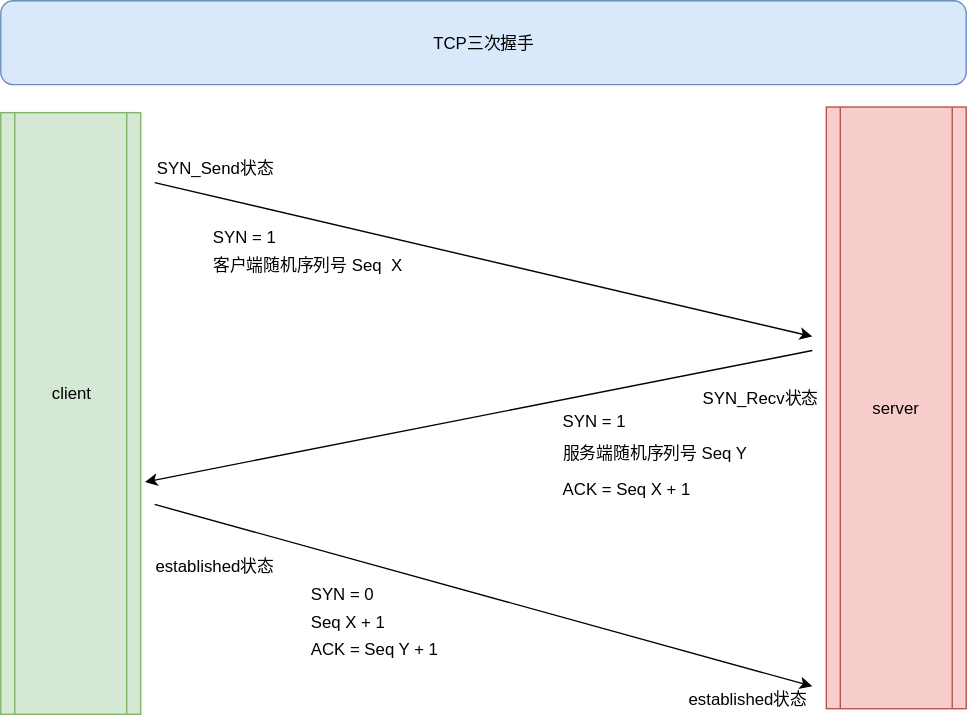
Earlier version of the draw.io export 12-面试/00-计算机基础/images/三次握手详解.svg (cd-home/Root). Source tidied: cells renumbered, new cells last; positions are measured from the earlier drawing's top-left corner, leaving out a move shared by most shapes. Its diagram source:
```xml
<mxGraphModel>
  <root>
    <mxCell id="0" />
    <mxCell id="1" parent="0" />
    <mxCell id="2" style="shape=process;whiteSpace=wrap;html=1;backgroundOutline=1;fillColor=#d5e8d4;strokeColor=#82b366;" parent="1" vertex="1">
      <mxGeometry y="80" width="100" height="430" as="geometry" />
    </mxCell>
    <mxCell id="3" value="server" style="shape=process;whiteSpace=wrap;html=1;backgroundOutline=1;fillColor=#f8cecc;strokeColor=#b85450;" parent="1" vertex="1">
      <mxGeometry x="590" y="76" width="100" height="430" as="geometry" />
    </mxCell>
    <mxCell id="4" value="TCP三次握手" style="rounded=1;whiteSpace=wrap;html=1;fillColor=#dae8fc;strokeColor=#6c8ebf;" parent="1" vertex="1">
      <mxGeometry width="690" height="60" as="geometry" />
    </mxCell>
    <mxCell id="5" style="endArrow=classic;html=1;" parent="1" edge="1">
      <mxGeometry relative="1" as="geometry">
        <mxPoint x="110" y="130" as="sourcePoint" />
        <mxPoint x="580" y="240" as="targetPoint" />
      </mxGeometry>
    </mxCell>
    <mxCell id="6" style="endArrow=classic;html=1;entryX=1.03;entryY=0.614;entryDx=0;entryDy=0;entryPerimeter=0;" parent="1" edge="1" target="2">
      <mxGeometry relative="1" as="geometry">
        <mxPoint x="580" y="250" as="sourcePoint" />
      </mxGeometry>
    </mxCell>
    <mxCell id="7" value="client" style="text;html=1;strokeColor=none;fillColor=none;align=center;verticalAlign=middle;whiteSpace=wrap;rounded=0;" parent="1" vertex="1">
      <mxGeometry x="5" y="270" width="90" height="20" as="geometry" />
    </mxCell>
    <mxCell id="8" style="endArrow=classic;html=1;" parent="1" edge="1">
      <mxGeometry relative="1" as="geometry">
        <mxPoint x="110" y="360" as="sourcePoint" />
        <mxPoint x="580" y="490" as="targetPoint" />
      </mxGeometry>
    </mxCell>
    <mxCell id="9" value="SYN = 1" style="text;html=1;align=left;verticalAlign=top;spacingTop=-4;" parent="1" vertex="1">
      <mxGeometry x="150" y="160" width="60" height="20" as="geometry" />
    </mxCell>
    <mxCell id="10" value="SYN_Send状态" style="text;html=1;align=left;verticalAlign=top;spacingTop=-4;" parent="1" vertex="1">
      <mxGeometry x="110" y="110" width="100" height="20" as="geometry" />
    </mxCell>
    <mxCell id="11" value="ACK = Seq X + 1&amp;nbsp;" style="text;html=1;align=left;verticalAlign=top;spacingTop=-4;" parent="1" vertex="1">
      <mxGeometry x="400" y="340" width="110" height="20" as="geometry" />
    </mxCell>
    <mxCell id="12" value="SYN = 1" style="text;html=1;align=left;verticalAlign=top;spacingTop=-4;" parent="1" vertex="1">
      <mxGeometry x="400" y="291" width="60" height="20" as="geometry" />
    </mxCell>
    <mxCell id="13" value="SYN_Recv状态&lt;br&gt;" style="text;html=1;align=left;verticalAlign=top;spacingTop=-4;" parent="1" vertex="1">
      <mxGeometry x="500" y="275" width="100" height="20" as="geometry" />
    </mxCell>
    <mxCell id="14" value="SYN = 0" style="text;html=1;align=left;verticalAlign=top;spacingTop=-4;" parent="1" vertex="1">
      <mxGeometry x="220" y="415" width="60" height="20" as="geometry" />
    </mxCell>
    <mxCell id="15" value="established状态" style="text;html=1;align=left;verticalAlign=top;spacingTop=-4;" parent="1" vertex="1">
      <mxGeometry x="109" y="395" width="100" height="20" as="geometry" />
    </mxCell>
    <mxCell id="16" value="established状态" style="text;html=1;align=left;verticalAlign=top;spacingTop=-4;" parent="1" vertex="1">
      <mxGeometry x="490" y="490" width="100" height="20" as="geometry" />
    </mxCell>
    <mxCell id="17" value="客户端随机序列号&amp;nbsp;Seq&amp;nbsp; X" style="text;html=1;align=left;verticalAlign=top;spacingTop=-4;" parent="1" vertex="1">
      <mxGeometry x="150" y="180" width="150" height="20" as="geometry" />
    </mxCell>
    <mxCell id="18" value="ACK = Seq Y + 1&amp;nbsp;" style="text;html=1;" parent="1" vertex="1">
      <mxGeometry x="220" y="450" width="140" height="30" as="geometry" />
    </mxCell>
    <mxCell id="19" value="服务端随机序列号 Seq Y" style="text;html=1;" parent="1" vertex="1">
      <mxGeometry x="400" y="310" width="70" height="30" as="geometry" />
    </mxCell>
    <mxCell id="20" value="Seq X + 1" style="text;html=1;align=left;verticalAlign=top;spacingTop=-4;" parent="1" vertex="1">
      <mxGeometry x="220" y="435" width="70" height="20" as="geometry" />
    </mxCell>
  </root>
</mxGraphModel>
```
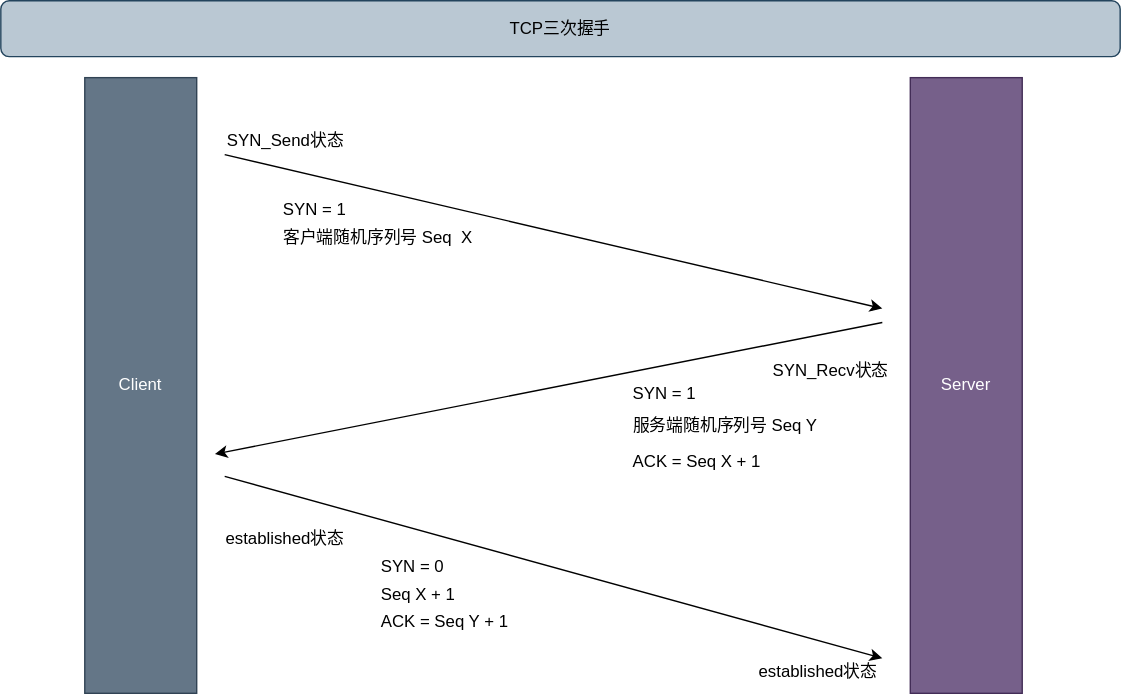
The same diagram one commit later.

What changed in the source:
```diff
@@ -2,14 +2,8 @@
   <root>
     <mxCell id="0" />
     <mxCell id="1" parent="0" />
-    <mxCell id="2" style="shape=process;whiteSpace=wrap;html=1;backgroundOutline=1;fillColor=#d5e8d4;strokeColor=#82b366;" parent="1" vertex="1">
-      <mxGeometry y="80" width="100" height="430" as="geometry" />
-    </mxCell>
-    <mxCell id="3" value="server" style="shape=process;whiteSpace=wrap;html=1;backgroundOutline=1;fillColor=#f8cecc;strokeColor=#b85450;" parent="1" vertex="1">
-      <mxGeometry x="590" y="76" width="100" height="430" as="geometry" />
-    </mxCell>
-    <mxCell id="4" value="TCP三次握手" style="rounded=1;whiteSpace=wrap;html=1;fillColor=#dae8fc;strokeColor=#6c8ebf;" parent="1" vertex="1">
-      <mxGeometry width="690" height="60" as="geometry" />
+    <mxCell id="4" value="TCP三次握手" style="rounded=1;whiteSpace=wrap;html=1;fillColor=#bac8d3;strokeColor=#23445d;" parent="1" vertex="1">
+      <mxGeometry x="-50" y="20" width="800" height="40" as="geometry" />
     </mxCell>
     <mxCell id="5" style="endArrow=classic;html=1;" parent="1" edge="1">
       <mxGeometry relative="1" as="geometry">
@@ -17,14 +11,12 @@
         <mxPoint x="580" y="240" as="targetPoint" />
       </mxGeometry>
     </mxCell>
-    <mxCell id="6" style="endArrow=classic;html=1;entryX=1.03;entryY=0.614;entryDx=0;entryDy=0;entryPerimeter=0;" parent="1" edge="1" target="2">
+    <mxCell id="6" style="endArrow=classic;html=1;entryX=1.03;entryY=0.614;entryDx=0;entryDy=0;entryPerimeter=0;" parent="1" edge="1">
       <mxGeometry relative="1" as="geometry">
         <mxPoint x="580" y="250" as="sourcePoint" />
+        <mxPoint x="103" y="344" as="targetPoint" />
       </mxGeometry>
     </mxCell>
-    <mxCell id="7" value="client" style="text;html=1;strokeColor=none;fillColor=none;align=center;verticalAlign=middle;whiteSpace=wrap;rounded=0;" parent="1" vertex="1">
-      <mxGeometry x="5" y="270" width="90" height="20" as="geometry" />
-    </mxCell>
     <mxCell id="8" style="endArrow=classic;html=1;" parent="1" edge="1">
       <mxGeometry relative="1" as="geometry">
         <mxPoint x="110" y="360" as="sourcePoint" />
@@ -67,5 +59,11 @@
     <mxCell id="20" value="Seq X + 1" style="text;html=1;align=left;verticalAlign=top;spacingTop=-4;" parent="1" vertex="1">
       <mxGeometry x="220" y="435" width="70" height="20" as="geometry" />
     </mxCell>
+    <mxCell id="21" value="Server" style="rounded=0;whiteSpace=wrap;html=1;fillColor=#76608a;fontColor=#ffffff;strokeColor=#432D57;" parent="1" vertex="1">
+      <mxGeometry x="600" y="75" width="80" height="440" as="geometry" />
+    </mxCell>
+    <mxCell id="22" value="Client" style="rounded=0;whiteSpace=wrap;html=1;fillColor=#647687;fontColor=#ffffff;strokeColor=#314354;" parent="1" vertex="1">
+      <mxGeometry x="10" y="75" width="80" height="440" as="geometry" />
+    </mxCell>
   </root>
 </mxGraphModel>
```
